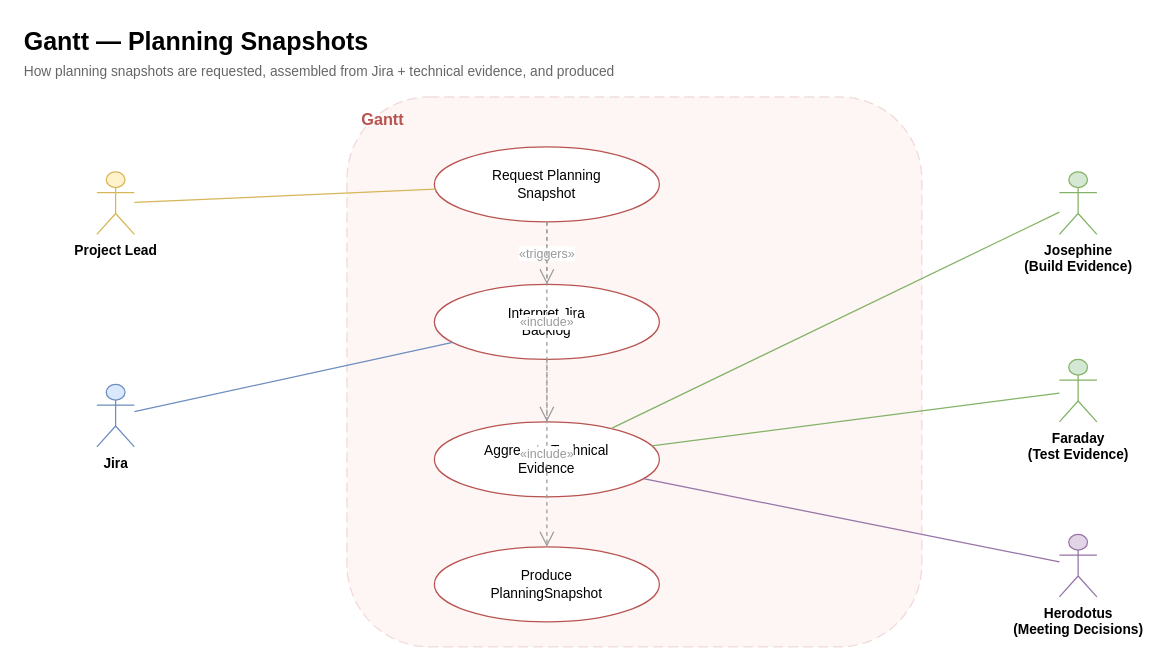
jmac-cornelis/agent-workforce keeps this draw.io diagram as page "1 — Planning Snapshots" (1 of 4) of docs/diagrams/workforce/GANTT_USE_CASE.drawio. Above is the earlier version. Source tidied: cells renumbered, new cells numbered last; positions are measured from the earlier drawing's top-left corner, leaving out a move shared by most shapes. Both pictures are drawn from the tidied source at 125%, with x=0, y=0 at pixel (21, 21).
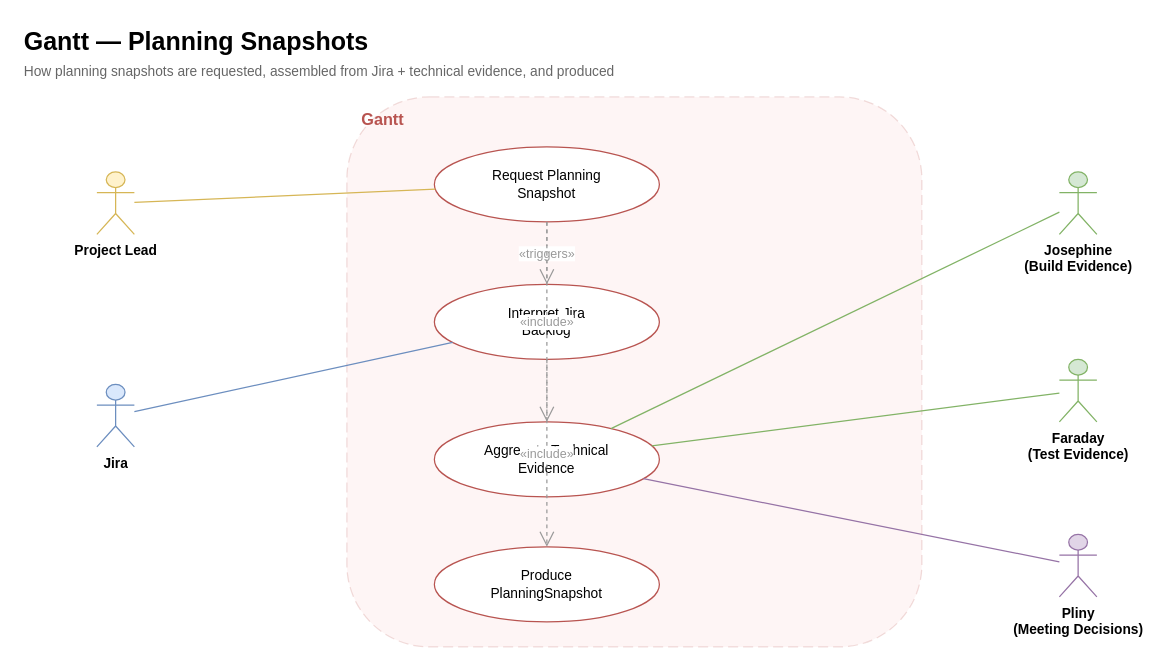
The same diagram, later.

What changed in the source:
```diff
@@
-    <mxCell id="10" value="Herodotus&lt;br&gt;(Meeting Decisions)" style="shape=umlActor;verticalLabelPosition=bottom;verticalAlign=top;html=1;outlineConnect=0;fontSize=11;fontStyle=1;fillColor=#e1d5e7;strokeColor=#9673a6;" parent="1" vertex="1">
+    <mxCell id="10" value="Pliny&lt;br&gt;(Meeting Decisions)" style="shape=umlActor;verticalLabelPosition=bottom;verticalAlign=top;html=1;outlineConnect=0;fontSize=11;fontStyle=1;fillColor=#e1d5e7;strokeColor=#9673a6;" parent="1" vertex="1">
       <mxGeometry x="830" y="410" width="30" height="50" as="geometry" />
     </mxCell>
```
